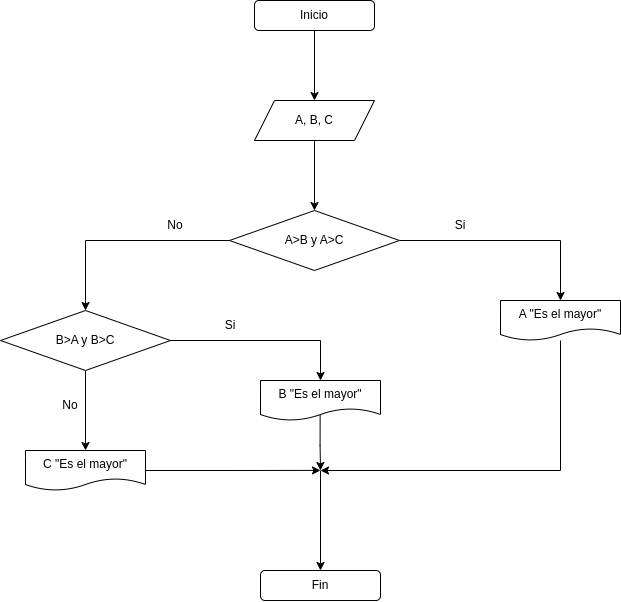
This is Unidad-1/img/Diagramas-flujo-Ej2.drawio.png from PeterMartEsc/PRO, a draw.io export, as it was before one commit. Source tidied: cells renumbered, new cells last; positions are measured from the earlier drawing's top-left corner, leaving out a move shared by most shapes.
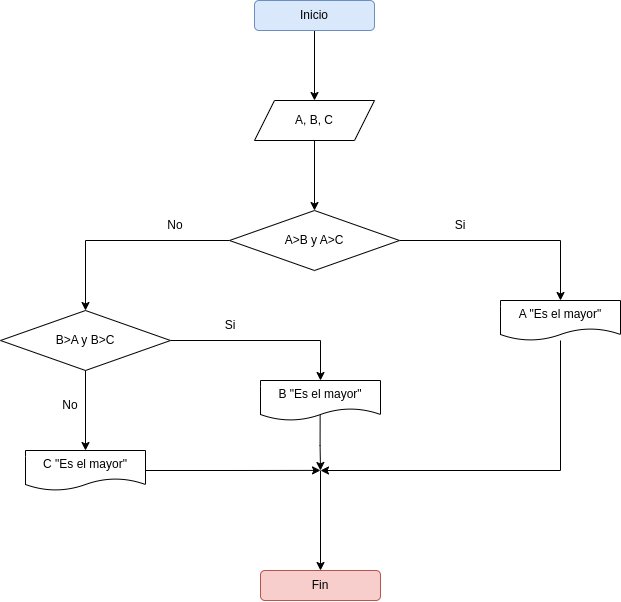
The same diagram one commit later.

The edit, as a diff of the source:
```diff
@@ -5,10 +5,10 @@
     <mxCell id="2" style="edgeStyle=orthogonalEdgeStyle;rounded=0;jettySize=auto;html=1;exitX=0.5;exitY=1;exitDx=0;exitDy=0;entryX=0.5;entryY=0;entryDx=0;entryDy=0;" parent="1" edge="1" source="3" target="6">
       <mxGeometry relative="1" as="geometry" />
     </mxCell>
-    <mxCell id="3" value="Inicio&lt;br&gt;" style="rounded=1;whiteSpace=wrap;html=1;" parent="1" vertex="1">
+    <mxCell id="3" value="Inicio&lt;br&gt;" style="rounded=1;whiteSpace=wrap;html=1;fillColor=#dae8fc;strokeColor=#6c8ebf;" parent="1" vertex="1">
       <mxGeometry x="254" width="120" height="30" as="geometry" />
     </mxCell>
-    <mxCell id="4" value="Fin" style="rounded=1;whiteSpace=wrap;html=1;" parent="1" vertex="1">
+    <mxCell id="4" value="Fin" style="rounded=1;whiteSpace=wrap;html=1;fillColor=#f8cecc;strokeColor=#b85450;" parent="1" vertex="1">
       <mxGeometry x="260" y="570" width="120" height="30" as="geometry" />
     </mxCell>
     <mxCell id="5" style="edgeStyle=orthogonalEdgeStyle;rounded=0;jettySize=auto;html=1;exitX=0.5;exitY=1;exitDx=0;exitDy=0;entryX=0.5;entryY=0;entryDx=0;entryDy=0;" parent="1" edge="1" source="6" target="12">
```
